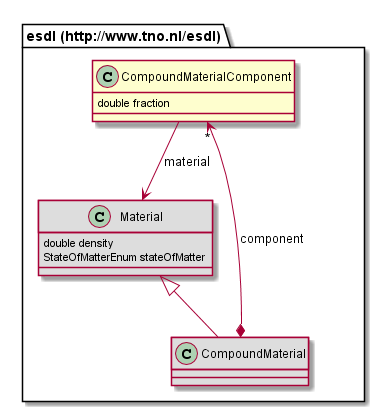
Earlier version of the PlantUML export 687474703a2f2f7777772e746e6f2e6e6c2f6573646c/CompoundMaterialComponent.png (EnergyTransition/energytransition.github.io).
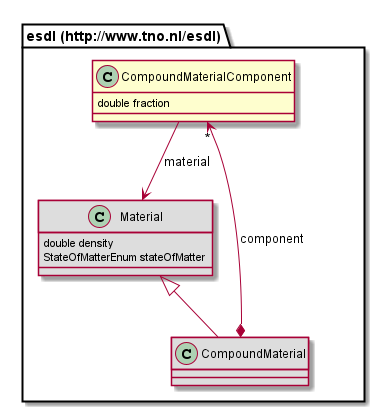
The same diagram one commit later.

The edit, as a diff of the source:
```diff
@@ -1,13 +1,13 @@
 @startuml
 class "esdl (http://www.tno.nl/esdl).CompoundMaterialComponent" [[#router/doc-content/687474703a2f2f7777772e746e6f2e6e6c2f6573646c/CompoundMaterialComponent.html]] {
 	double fraction
-}
-class "esdl (http://www.tno.nl/esdl).CompoundMaterial" [[#router/doc-content/687474703a2f2f7777772e746e6f2e6e6c2f6573646c/CompoundMaterial.html]] #DDDDDD {
 }
 class "esdl (http://www.tno.nl/esdl).Material" [[#router/doc-content/687474703a2f2f7777772e746e6f2e6e6c2f6573646c/Material.html{Class for describing materials other than carriers (e.g. water as an input for an electrolyzer)}]] #DDDDDD {
 	double density
 	StateOfMatterEnum stateOfMatter
 }
+class "esdl (http://www.tno.nl/esdl).CompoundMaterial" [[#router/doc-content/687474703a2f2f7777772e746e6f2e6e6c2f6573646c/CompoundMaterial.html]] #DDDDDD {
+}
 "esdl (http://www.tno.nl/esdl).Material" <|-- "esdl (http://www.tno.nl/esdl).CompoundMaterial"
 "esdl (http://www.tno.nl/esdl).CompoundMaterial" *--> "*" "esdl (http://www.tno.nl/esdl).CompoundMaterialComponent" : component
 "esdl (http://www.tno.nl/esdl).CompoundMaterialComponent" --> "esdl (http://www.tno.nl/esdl).Material" : material
```
